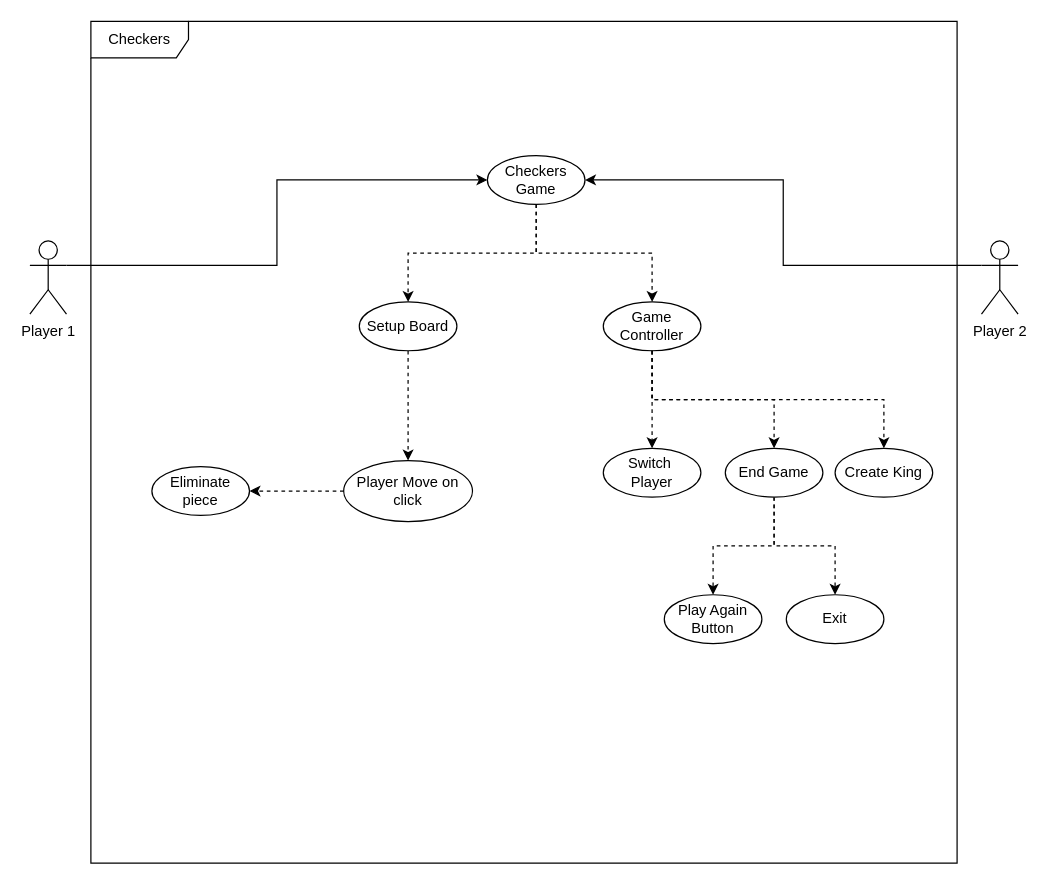
Earlier version of the draw.io diagram use case diagrams/use_case_diagram_checkers.drawio (aeMyst/Minigame-Portal). Source tidied: cells renumbered, new cells numbered last; positions are measured from the earlier drawing's top-left corner, leaving out a move shared by most shapes. Both pictures are drawn from the tidied source at 122%, with x=0, y=0 at pixel (29, 21).
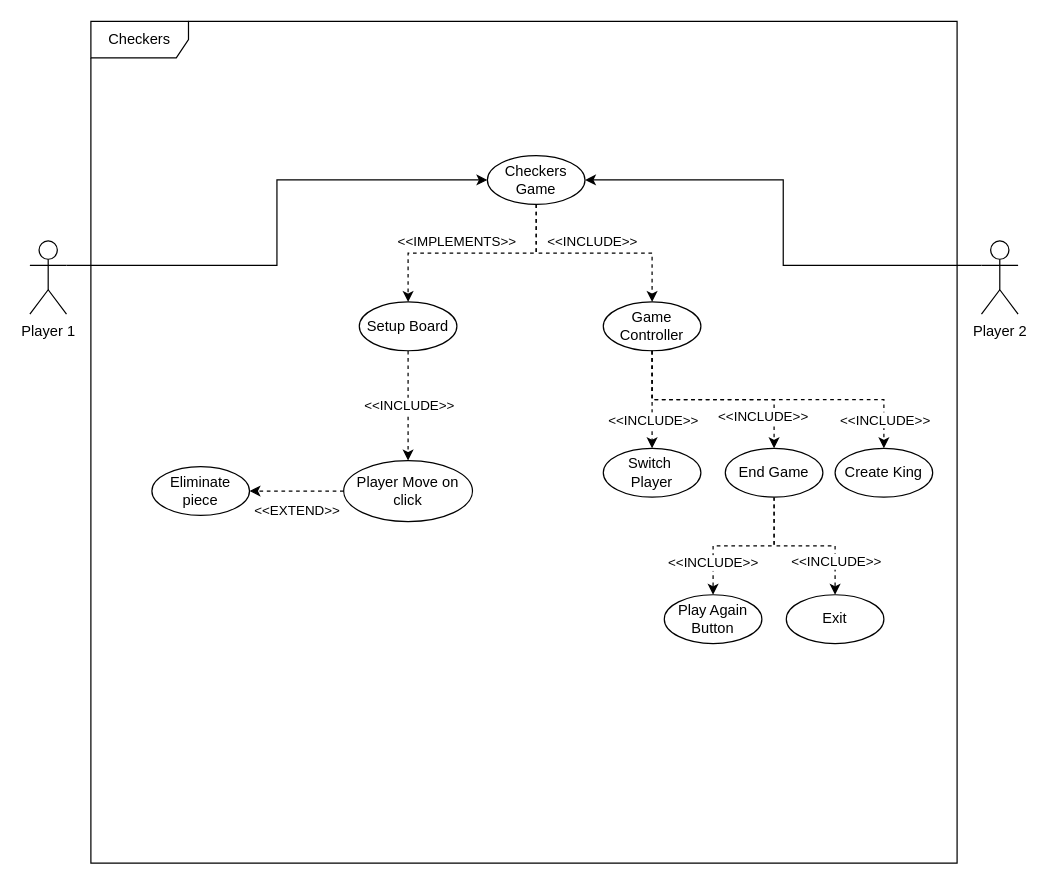
Above is the later version.

Unchanged cells that the change refers to:
```xml
<mxCell id="7" value="Checkers Game" style="ellipse;whiteSpace=wrap;html=1;" parent="1" vertex="1">
  <mxGeometry x="375" y="110" width="80" height="40" as="geometry" />
</mxCell>
<mxCell id="8" style="edgeStyle=orthogonalEdgeStyle;rounded=0;jettySize=auto;html=1;exitX=0.5;exitY=1;exitDx=0;exitDy=0;entryX=0.5;entryY=0;entryDx=0;entryDy=0;dashed=1;" parent="1" edge="1" source="9" target="10">
  <mxGeometry relative="1" as="geometry" />
</mxCell>
<mxCell id="9" value="Setup Board" style="ellipse;whiteSpace=wrap;html=1;" parent="1" vertex="1">
  <mxGeometry x="270" y="230" width="80" height="40" as="geometry" />
</mxCell>
<mxCell id="13" style="edgeStyle=orthogonalEdgeStyle;rounded=0;jettySize=auto;html=1;exitX=0;exitY=0.5;exitDx=0;exitDy=0;entryX=1;entryY=0.5;entryDx=0;entryDy=0;dashed=1;" parent="1" edge="1" source="10" target="12">
  <mxGeometry relative="1" as="geometry" />
</mxCell>
<mxCell id="14" style="edgeStyle=orthogonalEdgeStyle;rounded=0;jettySize=auto;html=1;exitX=0.5;exitY=1;exitDx=0;exitDy=0;entryX=0.5;entryY=0;entryDx=0;entryDy=0;dashed=1;" parent="1" edge="1" source="16" target="17">
  <mxGeometry relative="1" as="geometry" />
</mxCell>
<mxCell id="15" style="edgeStyle=orthogonalEdgeStyle;rounded=0;jettySize=auto;html=1;exitX=0.5;exitY=1;exitDx=0;exitDy=0;entryX=0.5;entryY=0;entryDx=0;entryDy=0;dashed=1;" parent="1" edge="1" source="16" target="18">
  <mxGeometry relative="1" as="geometry" />
</mxCell>
<mxCell id="20" style="edgeStyle=orthogonalEdgeStyle;rounded=0;jettySize=auto;html=1;exitX=0.5;exitY=1;exitDx=0;exitDy=0;dashed=1;entryX=0.5;entryY=0;entryDx=0;entryDy=0;" parent="1" edge="1" source="7" target="19">
  <mxGeometry relative="1" as="geometry" />
</mxCell>
<mxCell id="21" style="edgeStyle=orthogonalEdgeStyle;rounded=0;jettySize=auto;html=1;exitX=0.5;exitY=1;exitDx=0;exitDy=0;entryX=0.5;entryY=0;entryDx=0;entryDy=0;dashed=1;" parent="1" edge="1" source="19" target="16">
  <mxGeometry relative="1" as="geometry" />
</mxCell>
<mxCell id="23" style="edgeStyle=orthogonalEdgeStyle;rounded=0;jettySize=auto;html=1;exitX=0.5;exitY=1;exitDx=0;exitDy=0;entryX=0.5;entryY=0;entryDx=0;entryDy=0;dashed=1;" parent="1" edge="1" source="19" target="22">
  <mxGeometry relative="1" as="geometry" />
</mxCell>
<mxCell id="25" style="edgeStyle=orthogonalEdgeStyle;rounded=0;jettySize=auto;html=1;exitX=0.5;exitY=1;exitDx=0;exitDy=0;entryX=0.5;entryY=0;entryDx=0;entryDy=0;dashed=1;" parent="1" edge="1" source="19" target="24">
  <mxGeometry relative="1" as="geometry" />
</mxCell>
```

What changed in the source:
```diff
@@
+    <mxCell id="26" value="&amp;lt;&amp;lt;INCLUDE&amp;gt;&amp;gt;" style="edgeLabel;html=1;align=center;verticalAlign=middle;" parent="8" vertex="1">
+      <mxGeometry x="-0.03" relative="1" as="geometry" />
+    </mxCell>
@@
     <mxCell id="11" style="edgeStyle=orthogonalEdgeStyle;rounded=0;jettySize=auto;html=1;exitX=0.5;exitY=1;exitDx=0;exitDy=0;dashed=1;" parent="1" edge="1" source="7" target="9">
-      <mxGeometry relative="1" as="geometry" />
+      <mxGeometry relative="1" as="geometry">
+        <Array as="points">
+          <mxPoint x="415" y="190" />
+          <mxPoint x="310" y="190" />
+        </Array>
+      </mxGeometry>
     </mxCell>
+    <mxCell id="27" value="&amp;lt;&amp;lt;IMPLEMENTS&amp;gt;&amp;gt;" style="edgeLabel;html=1;align=center;verticalAlign=middle;" parent="11" vertex="1">
+      <mxGeometry x="0.11" y="-1" relative="1" as="geometry">
+        <mxPoint x="-3" y="-9" as="offset" />
+      </mxGeometry>
+    </mxCell>
@@
+    <mxCell id="28" value="&amp;lt;&amp;lt;EXTEND&amp;gt;&amp;gt;" style="edgeLabel;html=1;align=center;verticalAlign=middle;" parent="13" vertex="1">
+      <mxGeometry relative="1" as="geometry">
+        <mxPoint y="15" as="offset" />
+      </mxGeometry>
+    </mxCell>
@@
+    <mxCell id="29" value="&amp;lt;&amp;lt;INCLUDE&amp;gt;&amp;gt;" style="edgeLabel;html=1;align=center;verticalAlign=middle;" parent="14" vertex="1">
+      <mxGeometry x="0.59" y="-1" relative="1" as="geometry" />
+    </mxCell>
@@
+    <mxCell id="30" value="&amp;lt;&amp;lt;INCLUDE&amp;gt;&amp;gt;" style="edgeLabel;html=1;align=center;verticalAlign=middle;" parent="15" vertex="1">
+      <mxGeometry x="0.57" y="-1" relative="1" as="geometry">
+        <mxPoint x="1" as="offset" />
+      </mxGeometry>
+    </mxCell>
@@
+    <mxCell id="31" value="&amp;lt;&amp;lt;INCLUDE&amp;gt;&amp;gt;" style="edgeLabel;html=1;align=center;verticalAlign=middle;" parent="20" vertex="1">
+      <mxGeometry x="-0.12" y="3" relative="1" as="geometry">
+        <mxPoint x="8" y="-7" as="offset" />
+      </mxGeometry>
+    </mxCell>
@@
+    <mxCell id="32" value="&amp;lt;&amp;lt;INCLUDE&amp;gt;&amp;gt;" style="edgeLabel;html=1;align=center;verticalAlign=middle;" parent="21" vertex="1">
+      <mxGeometry x="0.7" y="2" relative="1" as="geometry">
+        <mxPoint x="-12" as="offset" />
+      </mxGeometry>
+    </mxCell>
@@
+    <mxCell id="33" value="&amp;lt;&amp;lt;INCLUDE&amp;gt;&amp;gt;" style="edgeLabel;html=1;align=center;verticalAlign=middle;" parent="23" vertex="1">
+      <mxGeometry x="0.41" relative="1" as="geometry" />
+    </mxCell>
@@
+    <mxCell id="34" value="&amp;lt;&amp;lt;INCLUDE&amp;gt;&amp;gt;" style="edgeLabel;html=1;align=center;verticalAlign=middle;" parent="25" vertex="1">
+      <mxGeometry x="0.82" relative="1" as="geometry" />
+    </mxCell>
```
